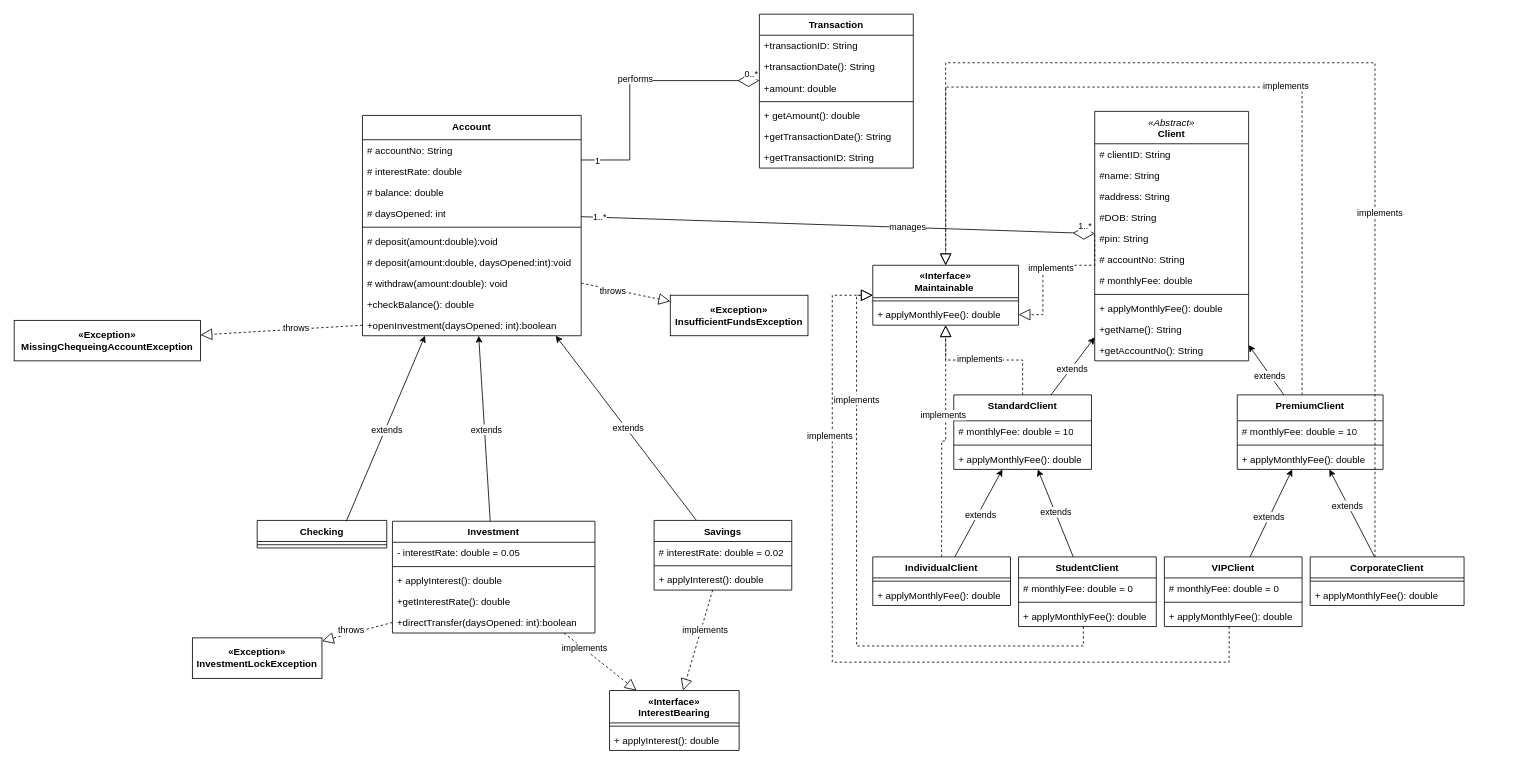
R-A-8/E-Banking-Application keeps this draw.io diagram as UML Diagram_Deliv1.drawio. Above is the earlier version. Source tidied: cells renumbered, new cells numbered last; positions are measured from the earlier drawing's top-left corner, leaving out a move shared by most shapes. Both pictures are drawn from the tidied source at 81%, with x=0, y=0 at pixel (14, 14).
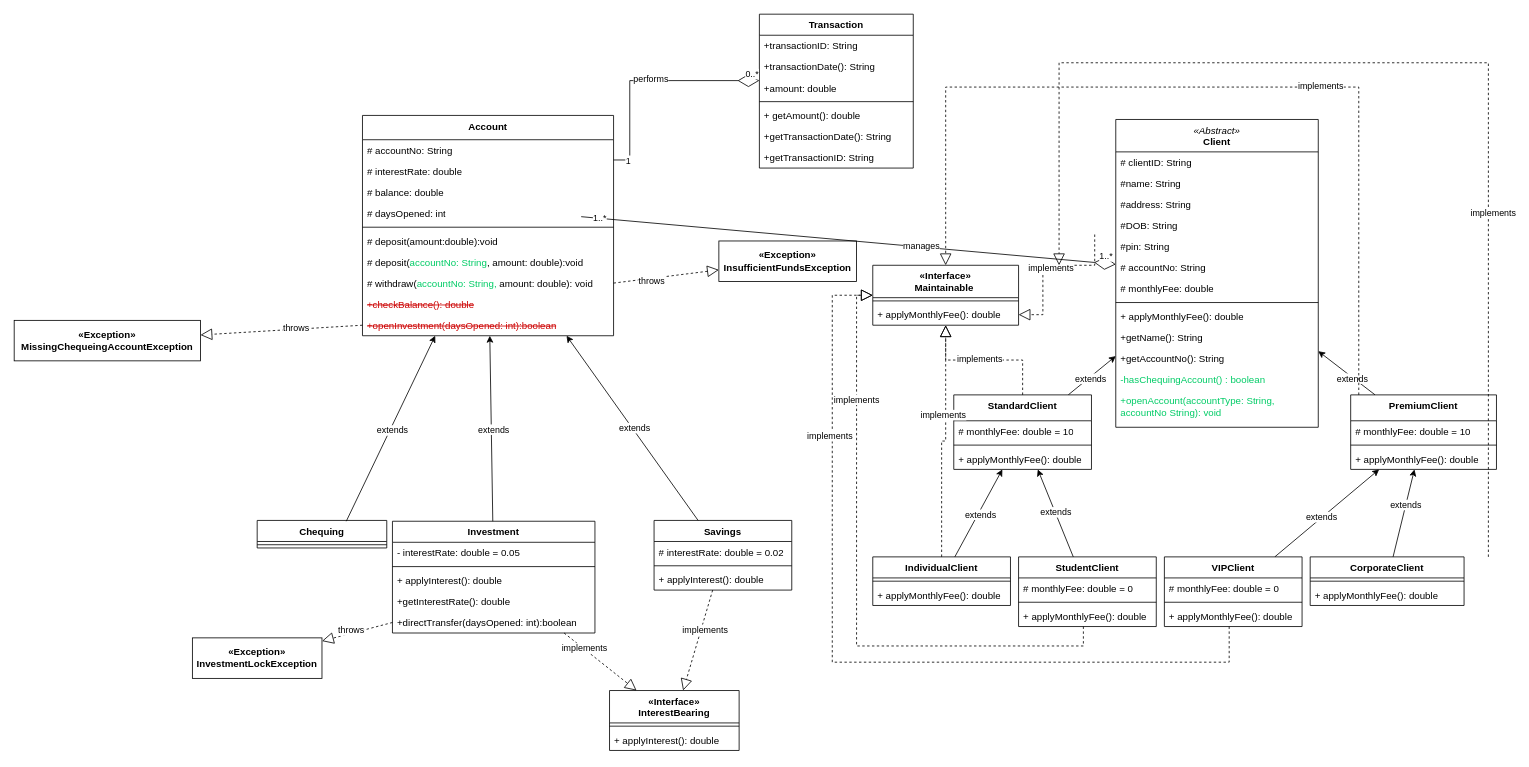
After the change.

Commit message:
Mettre à jour UML Diagram_Deliv1.drawio

Unchanged cells that the change refers to:
```xml
<mxCell id="44" value="CorporateClient" style="swimlane;fontStyle=1;align=center;verticalAlign=top;horizontal=1;startSize=26;whiteSpace=wrap;html=1;" parent="1" vertex="1">
  <mxGeometry x="1600" y="670" width="190" height="60" as="geometry" />
</mxCell>
<mxCell id="80" value="&lt;div&gt;«Interface»&lt;/div&gt;Maintainable&amp;nbsp;" style="swimlane;fontStyle=1;align=center;verticalAlign=top;horizontal=1;startSize=40;whiteSpace=wrap;html=1;" parent="1" vertex="1">
  <mxGeometry x="1060" y="310" width="180" height="74" as="geometry" />
</mxCell>
```

What changed in the source:
```diff
@@
     <mxCell id="14" value="&lt;div&gt;Account&lt;/div&gt;" style="swimlane;fontStyle=1;align=center;verticalAlign=top;horizontal=1;startSize=30;whiteSpace=wrap;html=1;" parent="1" vertex="1">
-      <mxGeometry x="430" y="125" width="270" height="272" as="geometry" />
+      <mxGeometry x="430" y="125" width="310" height="272" as="geometry" />
     </mxCell>
     <mxCell id="15" value="# accountNo: String" style="text;strokeColor=none;fillColor=none;align=left;verticalAlign=top;spacingLeft=4;spacingRight=4;overflow=hidden;whiteSpace=wrap;html=1;" parent="14" vertex="1">
-      <mxGeometry y="30" width="270" height="26" as="geometry" />
+      <mxGeometry y="30" width="310" height="26" as="geometry" />
     </mxCell>
     <mxCell id="16" value="# interestRate: double" style="text;strokeColor=none;fillColor=none;align=left;verticalAlign=top;spacingLeft=4;spacingRight=4;overflow=hidden;whiteSpace=wrap;html=1;" parent="14" vertex="1">
-      <mxGeometry y="56" width="270" height="26" as="geometry" />
+      <mxGeometry y="56" width="310" height="26" as="geometry" />
     </mxCell>
     <mxCell id="17" value="# balance: double" style="text;strokeColor=none;fillColor=none;align=left;verticalAlign=top;spacingLeft=4;spacingRight=4;overflow=hidden;whiteSpace=wrap;html=1;" parent="14" vertex="1">
-      <mxGeometry y="82" width="270" height="26" as="geometry" />
+      <mxGeometry y="82" width="310" height="26" as="geometry" />
     </mxCell>
     <mxCell id="18" value="# daysOpened: int" style="text;strokeColor=none;fillColor=none;align=left;verticalAlign=top;spacingLeft=4;spacingRight=4;overflow=hidden;whiteSpace=wrap;html=1;" parent="14" vertex="1">
-      <mxGeometry y="108" width="270" height="26" as="geometry" />
+      <mxGeometry y="108" width="310" height="26" as="geometry" />
     </mxCell>
     <mxCell id="19" style="line;strokeWidth=1;fillColor=none;align=left;verticalAlign=middle;spacingTop=-1;spacingLeft=3;spacingRight=3;labelPosition=right;strokeColor=inherit;" parent="14" vertex="1">
-      <mxGeometry y="134" width="270" height="8" as="geometry" />
+      <mxGeometry y="134" width="310" height="8" as="geometry" />
     </mxCell>
     <mxCell id="20" value="# deposit(amount:double):void" style="text;strokeColor=none;fillColor=none;align=left;verticalAlign=top;spacingLeft=4;spacingRight=4;overflow=hidden;whiteSpace=wrap;html=1;" parent="14" vertex="1">
-      <mxGeometry y="142" width="270" height="26" as="geometry" />
+      <mxGeometry y="142" width="310" height="26" as="geometry" />
     </mxCell>
-    <mxCell id="21" value="# deposit(amount:double, daysOpened:int):void" style="text;strokeColor=none;fillColor=none;align=left;verticalAlign=top;spacingLeft=4;spacingRight=4;overflow=hidden;whiteSpace=wrap;html=1;" parent="14" vertex="1">
-      <mxGeometry y="168" width="270" height="26" as="geometry" />
-    </mxCell>
+    <mxCell id="126" value="&lt;font style=&quot;color: rgb(0, 0, 0);&quot;&gt;# deposit(&lt;/font&gt;&lt;font style=&quot;color: rgb(0, 204, 102);&quot;&gt;accountNo: String&lt;/font&gt;&lt;font style=&quot;color: rgb(0, 0, 0);&quot;&gt;, amount: double):void&lt;/font&gt;" style="text;strokeColor=none;fillColor=none;align=left;verticalAlign=top;spacingLeft=4;spacingRight=4;overflow=hidden;whiteSpace=wrap;html=1;" parent="14" vertex="1">
+      <mxGeometry y="168" width="310" height="26" as="geometry" />
+    </mxCell>
-    <mxCell id="22" value="# withdraw(amount:double): void" style="text;strokeColor=none;fillColor=none;align=left;verticalAlign=top;spacingLeft=4;spacingRight=4;overflow=hidden;points=[[0,0.5],[1,0.5]];portConstraint=eastwest;whiteSpace=wrap;html=1;" parent="14" vertex="1">
-      <mxGeometry y="194" width="270" height="26" as="geometry" />
+    <mxCell id="22" value="# withdraw(&lt;span style=&quot;color: rgb(0, 204, 102);&quot;&gt;accountNo: String, &lt;/span&gt;&lt;span style=&quot;color: rgb(0, 204, 102);&quot;&gt;&lt;font style=&quot;color: rgb(0, 0, 0);&quot;&gt;amount: double&lt;/font&gt;&lt;/span&gt;): void" style="text;strokeColor=none;fillColor=none;align=left;verticalAlign=top;spacingLeft=4;spacingRight=4;overflow=hidden;points=[[0,0.5],[1,0.5]];portConstraint=eastwest;whiteSpace=wrap;html=1;" parent="14" vertex="1">
+      <mxGeometry y="194" width="310" height="26" as="geometry" />
     </mxCell>
-    <mxCell id="23" value="+checkBalance(): double" style="text;strokeColor=none;fillColor=none;align=left;verticalAlign=top;spacingLeft=4;spacingRight=4;overflow=hidden;whiteSpace=wrap;html=1;" parent="14" vertex="1">
-      <mxGeometry y="220" width="270" height="26" as="geometry" />
+    <mxCell id="23" value="&lt;font style=&quot;color: rgb(204, 0, 0);&quot;&gt;&lt;strike&gt;+checkBalance(): double&lt;/strike&gt;&lt;/font&gt;" style="text;strokeColor=none;fillColor=none;align=left;verticalAlign=top;spacingLeft=4;spacingRight=4;overflow=hidden;whiteSpace=wrap;html=1;" parent="14" vertex="1">
+      <mxGeometry y="220" width="310" height="26" as="geometry" />
     </mxCell>
-    <mxCell id="24" value="+openInvestment(daysOpened: int):boolean" style="text;strokeColor=none;fillColor=none;align=left;verticalAlign=top;spacingLeft=4;spacingRight=4;overflow=hidden;points=[[0,0.5],[1,0.5]];portConstraint=eastwest;whiteSpace=wrap;html=1;" parent="14" vertex="1">
-      <mxGeometry y="246" width="270" height="26" as="geometry" />
+    <mxCell id="24" value="&lt;font style=&quot;color: light-dark(rgb(204, 0, 0), rgb(237, 237, 237));&quot;&gt;&lt;strike&gt;+openInvestment(daysOpened: int):boolean&lt;/strike&gt;&lt;/font&gt;" style="text;strokeColor=none;fillColor=none;align=left;verticalAlign=top;spacingLeft=4;spacingRight=4;overflow=hidden;points=[[0,0.5],[1,0.5]];portConstraint=eastwest;whiteSpace=wrap;html=1;" parent="14" vertex="1">
+      <mxGeometry y="246" width="310" height="26" as="geometry" />
     </mxCell>
@@
     <mxCell id="29" value="&lt;div style=&quot;font-weight: 400;&quot;&gt;&lt;b style=&quot;background-color: transparent; color: light-dark(rgb(0, 0, 0), rgb(255, 255, 255));&quot;&gt;PremiumClient&lt;/b&gt;&lt;/div&gt;" style="swimlane;fontStyle=1;align=center;verticalAlign=top;horizontal=1;startSize=32;whiteSpace=wrap;html=1;" parent="1" vertex="1">
-      <mxGeometry x="1510" y="470" width="180" height="92" as="geometry" />
+      <mxGeometry x="1650" y="470" width="180" height="92" as="geometry" />
     </mxCell>
@@
     <mxCell id="47" value="&lt;div style=&quot;&quot;&gt;&lt;span style=&quot;font-weight: normal;&quot;&gt;&lt;i&gt;«Abstract»&lt;/i&gt;&lt;/span&gt;&lt;/div&gt;Client" style="swimlane;fontStyle=1;align=center;verticalAlign=top;horizontal=1;startSize=40;whiteSpace=wrap;html=1;" parent="1" vertex="1">
-      <mxGeometry x="1334" y="120" width="190" height="308" as="geometry" />
+      <mxGeometry x="1360" y="130" width="250" height="380" as="geometry" />
     </mxCell>
     <mxCell id="48" value="# clientID: String" style="text;strokeColor=none;fillColor=none;align=left;verticalAlign=top;spacingLeft=4;spacingRight=4;overflow=hidden;whiteSpace=wrap;html=1;" parent="47" vertex="1">
-      <mxGeometry y="40" width="190" height="26" as="geometry" />
+      <mxGeometry y="40" width="250" height="26" as="geometry" />
     </mxCell>
     <mxCell id="49" value="#name: String" style="text;strokeColor=none;fillColor=none;align=left;verticalAlign=top;spacingLeft=4;spacingRight=4;overflow=hidden;whiteSpace=wrap;html=1;" parent="47" vertex="1">
-      <mxGeometry y="66" width="190" height="26" as="geometry" />
+      <mxGeometry y="66" width="250" height="26" as="geometry" />
     </mxCell>
     <mxCell id="50" value="#address: String" style="text;strokeColor=none;fillColor=none;align=left;verticalAlign=top;spacingLeft=4;spacingRight=4;overflow=hidden;whiteSpace=wrap;html=1;" parent="47" vertex="1">
-      <mxGeometry y="92" width="190" height="26" as="geometry" />
+      <mxGeometry y="92" width="250" height="26" as="geometry" />
     </mxCell>
     <mxCell id="51" value="#DOB: String" style="text;strokeColor=none;fillColor=none;align=left;verticalAlign=top;spacingLeft=4;spacingRight=4;overflow=hidden;whiteSpace=wrap;html=1;" parent="47" vertex="1">
-      <mxGeometry y="118" width="190" height="26" as="geometry" />
+      <mxGeometry y="118" width="250" height="26" as="geometry" />
     </mxCell>
     <mxCell id="52" value="#pin: String" style="text;strokeColor=none;fillColor=none;align=left;verticalAlign=top;spacingLeft=4;spacingRight=4;overflow=hidden;whiteSpace=wrap;html=1;" parent="47" vertex="1">
-      <mxGeometry y="144" width="190" height="26" as="geometry" />
+      <mxGeometry y="144" width="250" height="26" as="geometry" />
     </mxCell>
     <mxCell id="53" value="# accountNo: String" style="text;strokeColor=none;fillColor=none;align=left;verticalAlign=top;spacingLeft=4;spacingRight=4;overflow=hidden;whiteSpace=wrap;html=1;" parent="47" vertex="1">
-      <mxGeometry y="170" width="190" height="26" as="geometry" />
+      <mxGeometry y="170" width="250" height="26" as="geometry" />
     </mxCell>
     <mxCell id="54" value="# monthlyFee: double" style="text;strokeColor=none;fillColor=none;align=left;verticalAlign=top;spacingLeft=4;spacingRight=4;overflow=hidden;whiteSpace=wrap;html=1;" parent="47" vertex="1">
-      <mxGeometry y="196" width="190" height="26" as="geometry" />
+      <mxGeometry y="196" width="250" height="26" as="geometry" />
     </mxCell>
     <mxCell id="55" style="line;strokeWidth=1;fillColor=none;align=left;verticalAlign=middle;spacingTop=-1;spacingLeft=3;spacingRight=3;labelPosition=right;strokeColor=inherit;" parent="47" vertex="1">
-      <mxGeometry y="222" width="190" height="8" as="geometry" />
+      <mxGeometry y="222" width="250" height="8" as="geometry" />
     </mxCell>
     <mxCell id="56" value="+ applyMonthlyFee(): double" style="text;strokeColor=none;fillColor=none;align=left;verticalAlign=top;spacingLeft=4;spacingRight=4;overflow=hidden;whiteSpace=wrap;html=1;" parent="47" vertex="1">
-      <mxGeometry y="230" width="190" height="26" as="geometry" />
+      <mxGeometry y="230" width="250" height="26" as="geometry" />
     </mxCell>
     <mxCell id="57" value="+getName(): String" style="text;strokeColor=none;fillColor=none;align=left;verticalAlign=top;spacingLeft=4;spacingRight=4;overflow=hidden;whiteSpace=wrap;html=1;" parent="47" vertex="1">
-      <mxGeometry y="256" width="190" height="26" as="geometry" />
+      <mxGeometry y="256" width="250" height="26" as="geometry" />
     </mxCell>
     <mxCell id="58" value="+getAccountNo(): String" style="text;strokeColor=none;fillColor=none;align=left;verticalAlign=top;spacingLeft=4;spacingRight=4;overflow=hidden;whiteSpace=wrap;html=1;" parent="47" vertex="1">
-      <mxGeometry y="282" width="190" height="26" as="geometry" />
+      <mxGeometry y="282" width="250" height="26" as="geometry" />
     </mxCell>
+    <mxCell id="127" value="&lt;font style=&quot;color: rgb(0, 204, 102);&quot;&gt;-hasChequingAccount() : boolean&lt;/font&gt;" style="text;strokeColor=none;fillColor=none;align=left;verticalAlign=top;spacingLeft=4;spacingRight=4;overflow=hidden;whiteSpace=wrap;html=1;" parent="47" vertex="1">
+      <mxGeometry y="308" width="250" height="26" as="geometry" />
+    </mxCell>
+    <mxCell id="128" value="&lt;font style=&quot;color: rgb(0, 204, 102);&quot;&gt;+openAccount(accountType: String, accountNo String): void&lt;/font&gt;" style="text;strokeColor=none;fillColor=none;align=left;verticalAlign=top;spacingLeft=4;spacingRight=4;overflow=hidden;whiteSpace=wrap;html=1;" parent="47" vertex="1">
+      <mxGeometry y="334" width="250" height="46" as="geometry" />
+    </mxCell>
@@
-    <mxCell id="65" value="Checking" style="swimlane;fontStyle=1;align=center;verticalAlign=top;horizontal=1;startSize=26;whiteSpace=wrap;html=1;" parent="1" vertex="1">
+    <mxCell id="65" value="Chequing" style="swimlane;fontStyle=1;align=center;verticalAlign=top;horizontal=1;startSize=26;whiteSpace=wrap;html=1;" parent="1" vertex="1">
       <mxGeometry x="300" y="625" width="160" height="34" as="geometry" />
     </mxCell>
@@
     <mxCell id="83" value="&lt;b&gt;«Exception»&lt;br&gt;InsufficientFundsException&lt;/b&gt;" style="html=1;whiteSpace=wrap;" parent="1" vertex="1">
-      <mxGeometry x="810" y="347" width="170" height="50" as="geometry" />
+      <mxGeometry x="870" y="280" width="170" height="50" as="geometry" />
     </mxCell>
@@
     <mxCell id="96" style="endArrow=block;dashed=1;endFill=0;endSize=12;html=1;rounded=0;edgeStyle=orthogonalEdgeStyle;" parent="1" edge="1" source="29" target="80">
       <mxGeometry relative="1" as="geometry">
         <Array as="points">
-          <mxPoint x="1590" y="90" />
+          <mxPoint x="1660" y="90" />
           <mxPoint x="1150" y="90" />
         </Array>
       </mxGeometry>
     </mxCell>
@@
-    <mxCell id="102" style="endArrow=block;dashed=1;endFill=0;endSize=12;html=1;rounded=0;edgeStyle=orthogonalEdgeStyle;" parent="1" edge="1" source="44" target="80">
+    <mxCell id="102" style="endArrow=block;dashed=1;endFill=0;endSize=12;html=1;rounded=0;edgeStyle=orthogonalEdgeStyle;" parent="1" edge="1">
       <mxGeometry relative="1" as="geometry">
+        <mxPoint x="1820" y="670" as="sourcePoint" />
+        <mxPoint x="1290" y="310" as="targetPoint" />
         <Array as="points">
-          <mxPoint x="1680" y="60" />
-          <mxPoint x="1150" y="60" />
+          <mxPoint x="1820" y="60" />
+          <mxPoint x="1290" y="60" />
         </Array>
       </mxGeometry>
     </mxCell>
```
